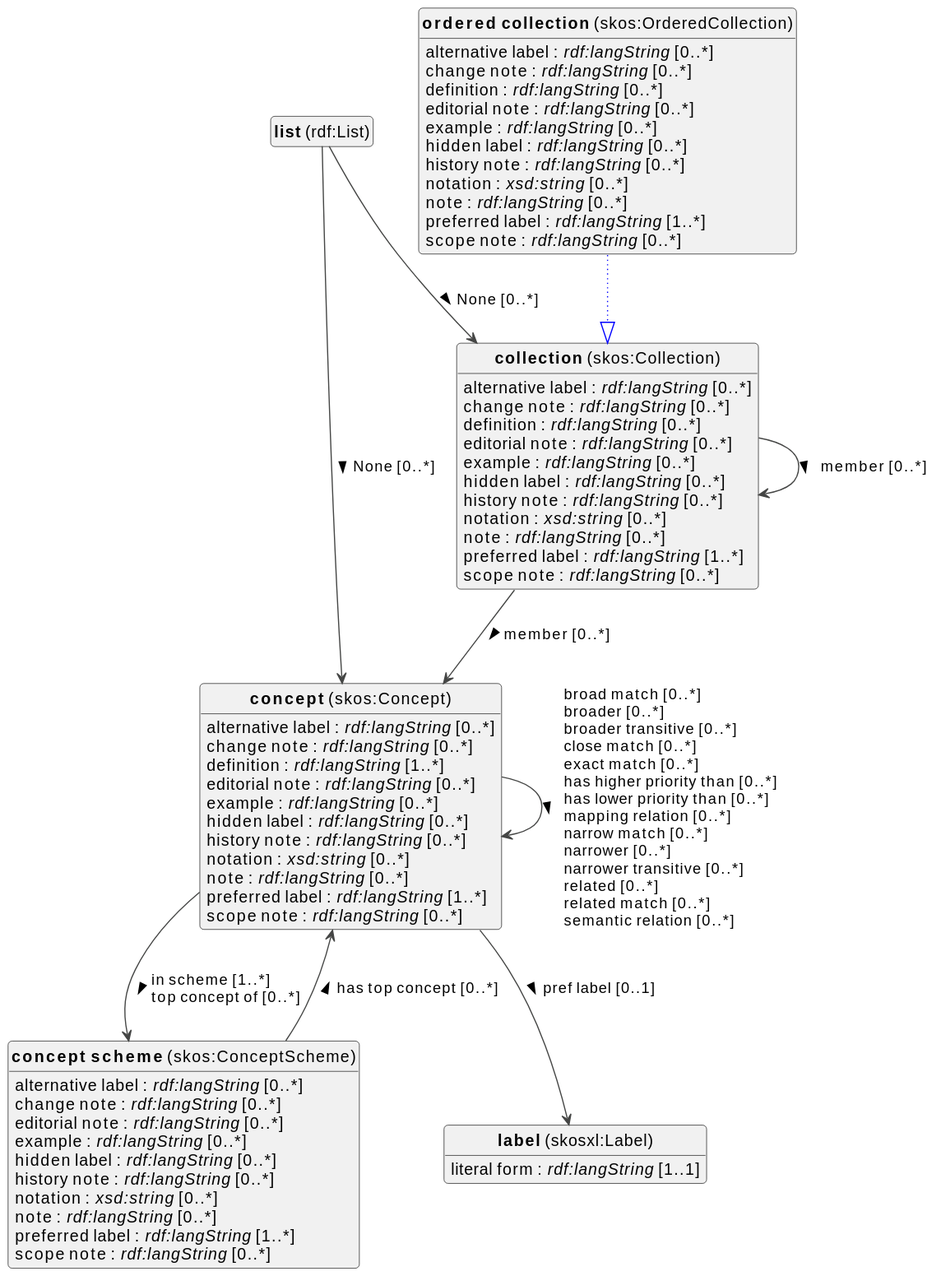
The PlantUML diagram docs/metadata/knowledge-graph/0.0.1/terms/en/terms-diagram.svg in viaacode/documentation-jekyll, before a commit.
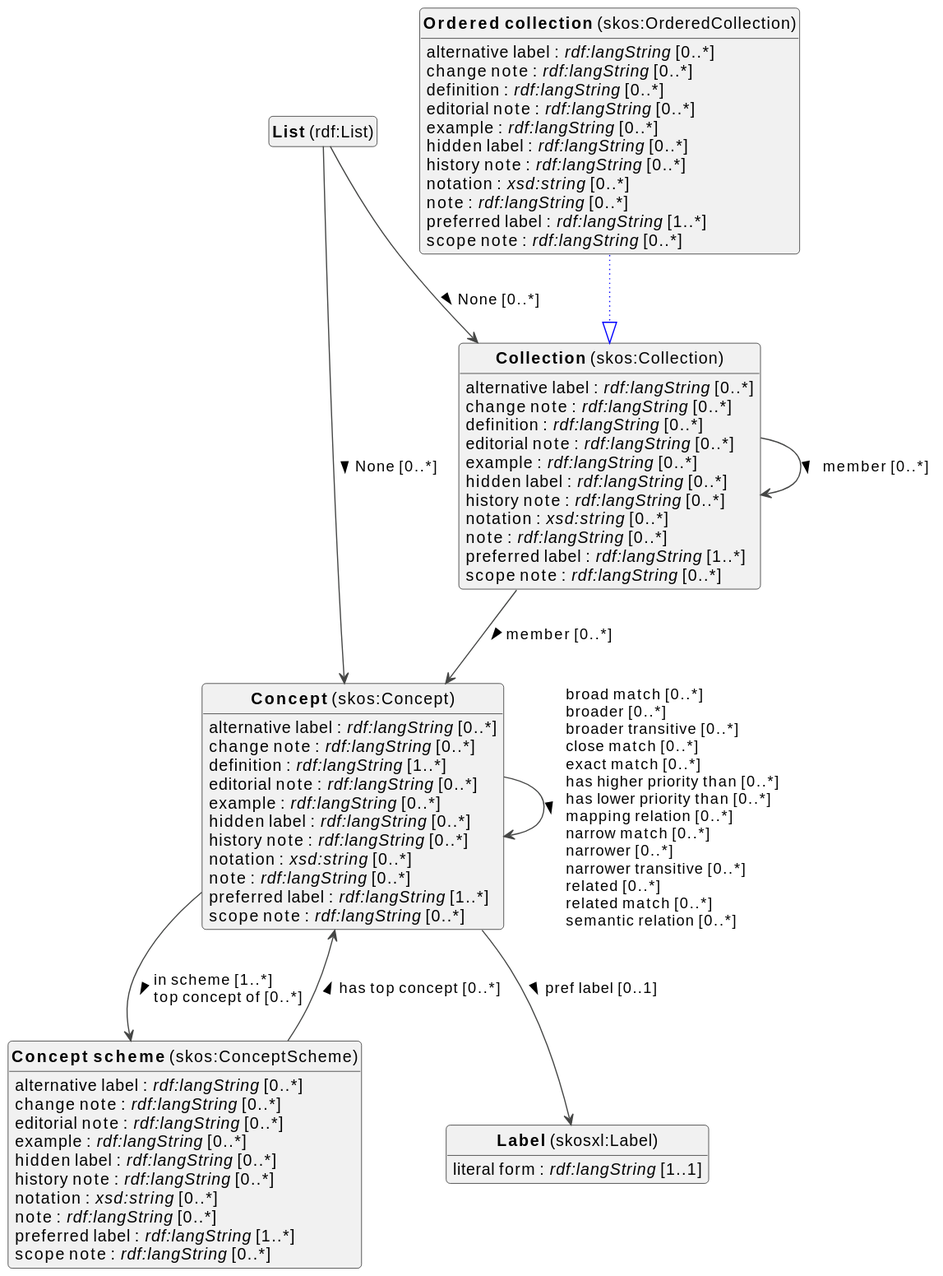
After the commit.

Diff of the diagram source:
```diff
@@ -10,13 +10,13 @@
 top to bottom direction
 
 
-class "<b>collection</b> (skos:Collection)" as skos_Collection [[#skos%3ACollection]]
-class "<b>concept</b> (skos:Concept)" as skos_Concept [[#skos%3AConcept]]
-class "<b>concept scheme</b> (skos:ConceptScheme)" as skos_ConceptScheme [[#skos%3AConceptScheme]]
-class "<b>label</b> (skosxl:Label)" as skosxl_Label [[#skosxl%3ALabel]]
-class "<b>list</b> (rdf:List)" as rdf_List [[#rdf%3AList]]
-class "<b>ordered collection</b> (skos:OrderedCollection)" as skos_OrderedCollection [[#skos%3AOrderedCollection]]
-class "<b>collection</b> (skos:Collection)" as skos_Collection [[#skos%3ACollection]]
+class "<b>Collection</b> (skos:Collection)" as skos_Collection [[#skos%3ACollection]]
+class "<b>Concept</b> (skos:Concept)" as skos_Concept [[#skos%3AConcept]]
+class "<b>Concept scheme</b> (skos:ConceptScheme)" as skos_ConceptScheme [[#skos%3AConceptScheme]]
+class "<b>Label</b> (skosxl:Label)" as skosxl_Label [[#skosxl%3ALabel]]
+class "<b>List</b> (rdf:List)" as rdf_List [[#rdf%3AList]]
+class "<b>Ordered collection</b> (skos:OrderedCollection)" as skos_OrderedCollection [[#skos%3AOrderedCollection]]
+class "<b>Collection</b> (skos:Collection)" as skos_Collection [[#skos%3ACollection]]
 
 
 skos_Collection : alternative label : <i>rdf:langString</i> [0..*]
```
